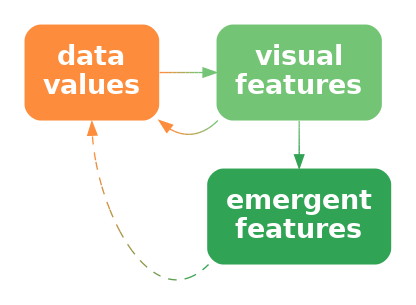
pmur002/hdvw keeps this Graphviz diagram as Diagrams/data-vis-vis-decode.png. Above is the earlier version. Its source is kept beside it as Diagrams/data-vis-vis-decode.dot.
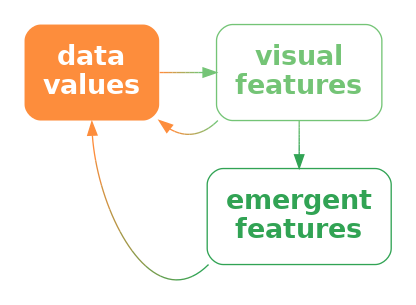
The same file after the commit.

Diff of the diagram source:
```diff
@@ -3,12 +3,12 @@
   node [ fontsize=20; fontname="sans bold"; margin=.2 ];
   data [ label="data\nvalues"; shape=box; style="filled, rounded"; penwidth=0; fontcolor=white; fillcolor="#FD8D3C" ]
   vis [ label="visual\nfeatures"; shape=box;
-     style="filled, rounded"; penwidth=0; fontcolor=white; fillcolor="#74C476" ]
+     style="rounded"; color="#74C476"; fontcolor="#74C476" ]
   add [ label="emergent\nfeatures"; shape=box;
-     style="filled, rounded"; penwidth=0; fontcolor=white; fillcolor="#31A354" ]
-  data -> vis [ color="#FD8D3C;0.1:#EE9342;0.1:#DF9949;0.1:#CF9F4F;0.1:#C0A556;0.1:#B1AC5C;0.1:#A2B263;0.1:#92B869;0.1:#83BE70;0.1:#74C476;0.1" ]
-  vis -> add [ color="#74C476;0.1:#6DC072;0.1:#65BD6E;0.1:#5EB96B;0.1:#56B567;0.1:#4FB263;0.1:#47AE5F;0.1:#40AA5C;0.1:#38A758;0.1:#31A354;0.1" ]
-  vis:sw -> data:se [ style="dashed", color="#74C476;0.1:#83BE70;0.1:#92B869;0.1:#A2B263;0.1:#B1AC5C;0.1:#C0A556;0.1:#CF9F4F;0.1:#DF9949;0.1:#EE9342;0.1:#FD8D3C;0.1" ]
-  add:sw -> data:s [ style="dashed", color="#31A354;0.1:#48A151;0.1:#5E9E4F;0.1:#759C4C;0.1:#8C9949;0.1:#A29747;0.1:#B99444;0.1:#D09241;0.1:#E68F3F;0.1:#FD8D3C;0.1" ]
+     style="rounded"; color="#31A354"; fontcolor="#31A354" ]
+  data -> vis [ style="bold"; penwidth=1; color="#FD8D3C;0.1:#EE9342;0.1:#DF9949;0.1:#CF9F4F;0.1:#C0A556;0.1:#B1AC5C;0.1:#A2B263;0.1:#92B869;0.1:#83BE70;0.1:#74C476;0.1" ]
+  vis -> add [ style="solid", color="#74C476;0.1:#6DC072;0.1:#65BD6E;0.1:#5EB96B;0.1:#56B567;0.1:#4FB263;0.1:#47AE5F;0.1:#40AA5C;0.1:#38A758;0.1:#31A354;0.1" ]
+  vis:sw -> data:se [ style="solid", color="#74C476;0.1:#83BE70;0.1:#92B869;0.1:#A2B263;0.1:#B1AC5C;0.1:#C0A556;0.1:#CF9F4F;0.1:#DF9949;0.1:#EE9342;0.1:#FD8D3C;0.1" ]
+  add:sw -> data:s [ style="solid", color="#31A354;0.1:#48A151;0.1:#5E9E4F;0.1:#759C4C;0.1:#8C9949;0.1:#A29747;0.1:#B99444;0.1:#D09241;0.1:#E68F3F;0.1:#FD8D3C;0.1" ]
 { rank=same; vis, add }
 }
```
